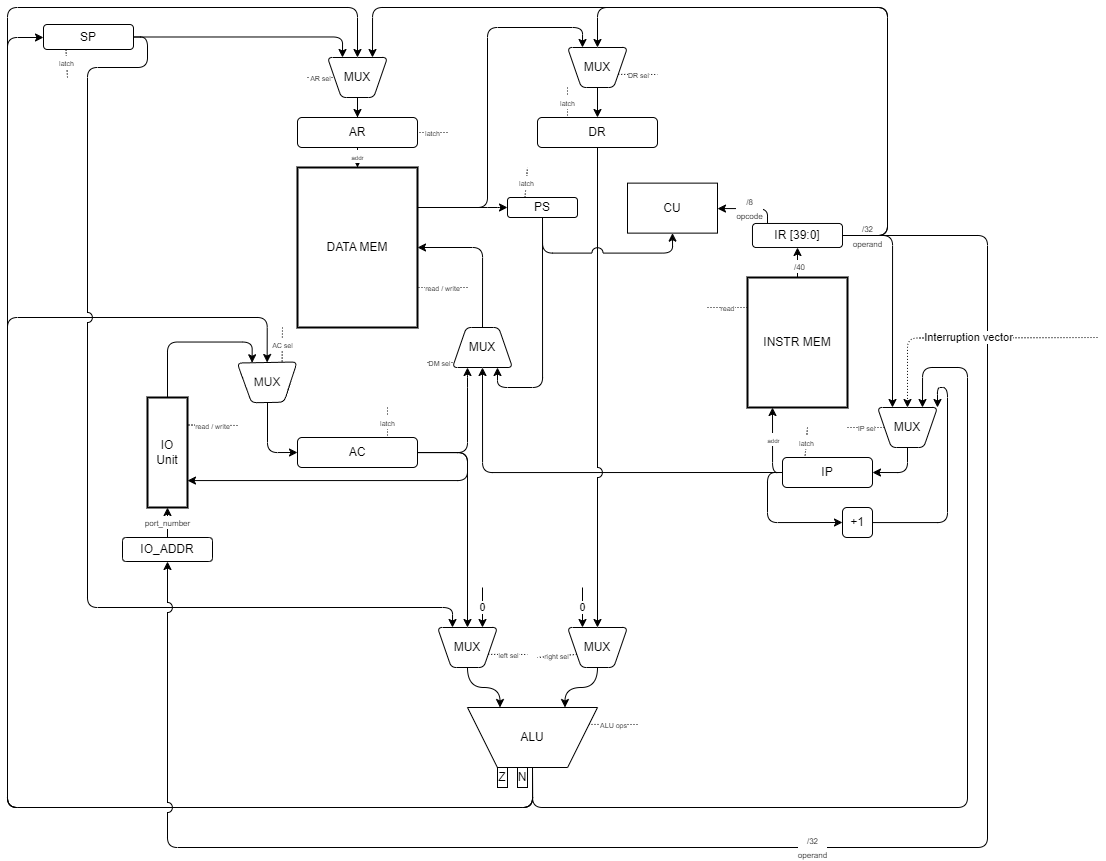
Above: docs/sheme.png in artem961/csa-lab-4 (draw.io), before the change. Source tidied: cells renumbered, new cells last; positions are measured from the earlier drawing's top-left corner, leaving out a move shared by most shapes.
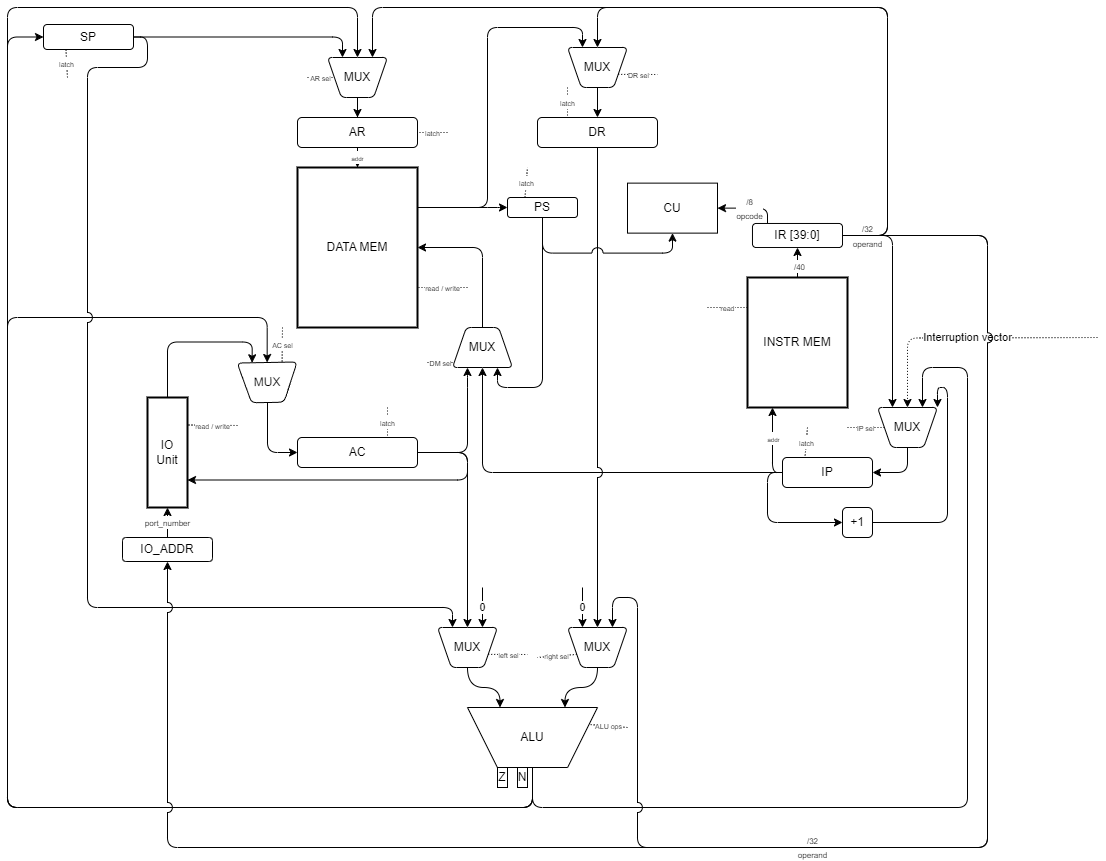
Above is the later version.

Change to the diagram source:
```diff
@@ -239,7 +239,7 @@
     </mxCell>
     <mxCell id="50" value="&lt;font style=&quot;font-size: 7px;&quot;&gt;ALU ops&lt;/font&gt;" style="endArrow=none;dashed=1;html=1;rounded=0;dashPattern=1 2;entryX=1;entryY=0.25;entryDx=0;entryDy=0;" parent="1" edge="1" target="20">
       <mxGeometry relative="1" as="geometry">
-        <mxPoint x="630" y="717" as="sourcePoint" />
+        <mxPoint x="620" y="720" as="sourcePoint" />
       </mxGeometry>
     </mxCell>
     <mxCell id="51" value="&lt;font style=&quot;font-size: 7px;&quot;&gt;latch&lt;/font&gt;" style="endArrow=none;dashed=1;html=1;rounded=0;dashPattern=1 2;entryX=0.25;entryY=0;entryDx=0;entryDy=0;" parent="1" edge="1" target="12">
@@ -399,6 +399,17 @@
     <mxCell id="81" value="+1" style="rounded=1;whiteSpace=wrap;html=1;" parent="1" vertex="1">
       <mxGeometry x="835" y="500" width="30" height="30" as="geometry" />
     </mxCell>
+    <mxCell id="83" style="edgeStyle=orthogonalEdgeStyle;rounded=1;jettySize=auto;html=1;entryX=0.75;entryY=0;entryDx=0;entryDy=0;curved=0;jumpStyle=arc;jumpSize=10;" parent="1" edge="1" source="82" target="24">
+      <mxGeometry relative="1" as="geometry">
+        <Array as="points">
+          <mxPoint x="980" y="228" />
+          <mxPoint x="980" y="840" />
+          <mxPoint x="630" y="840" />
+          <mxPoint x="630" y="590" />
+          <mxPoint x="605" y="590" />
+        </Array>
+      </mxGeometry>
+    </mxCell>
     <mxCell id="82" value="&lt;font style=&quot;font-size: 8px;&quot;&gt;/32&lt;/font&gt;&lt;div&gt;&lt;font style=&quot;font-size: 8px;&quot;&gt;operand&lt;/font&gt;&lt;/div&gt;" style="text;html=1;align=center;verticalAlign=middle;points=[];strokeColor=none;fillColor=none;" parent="1" vertex="1">
       <mxGeometry x="835" y="208" width="50" height="40" as="geometry" />
     </mxCell>
```
